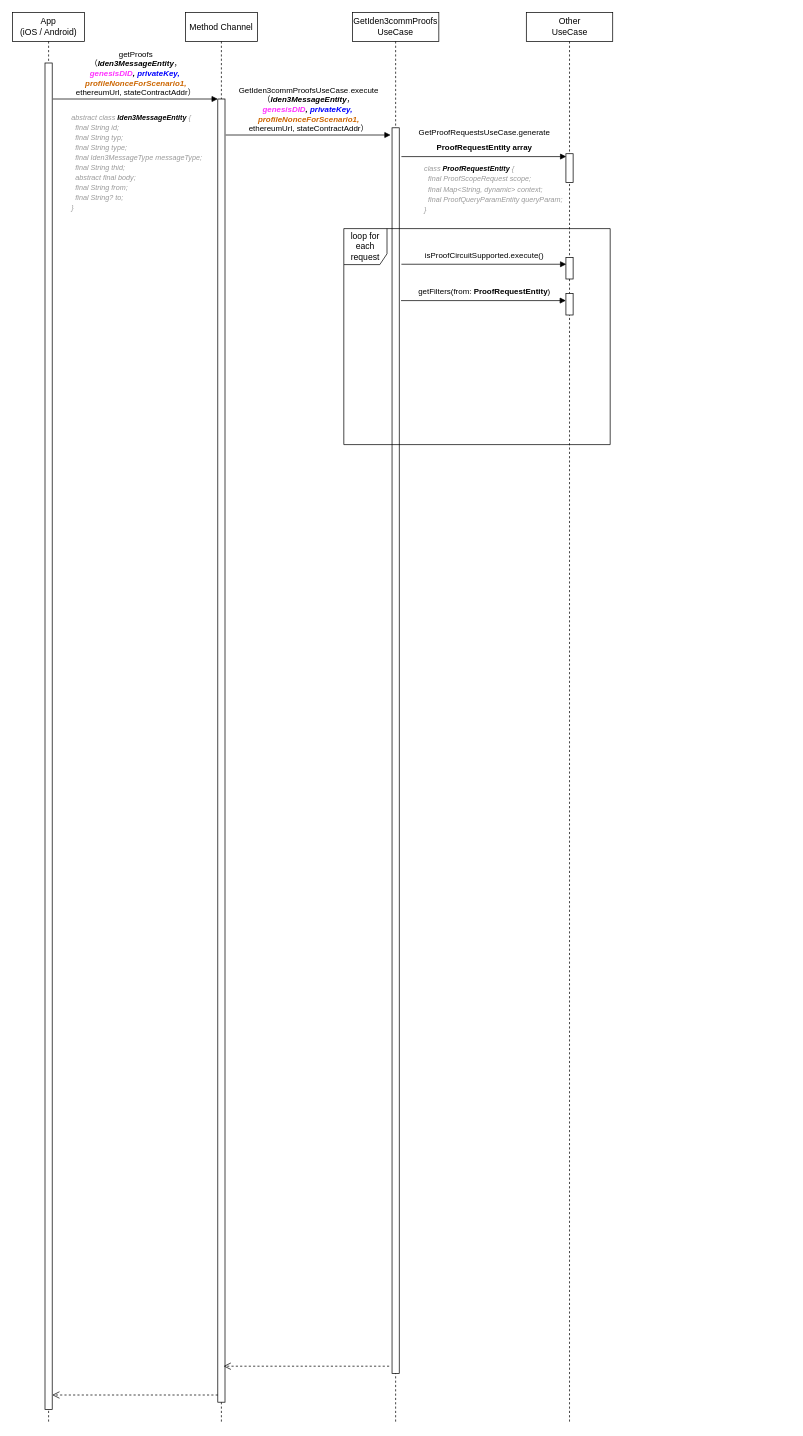
Before: draw.io/did/polygonid-getproofs.drawio in yushihang/yushihang.github.io, a draw.io diagram. Source tidied: cells renumbered, new cells numbered last; positions are measured from the earlier drawing's top-left corner, leaving out a move shared by most shapes. Both pictures are drawn from the tidied source at 72%, with x=0, y=0 at pixel (12, 12).
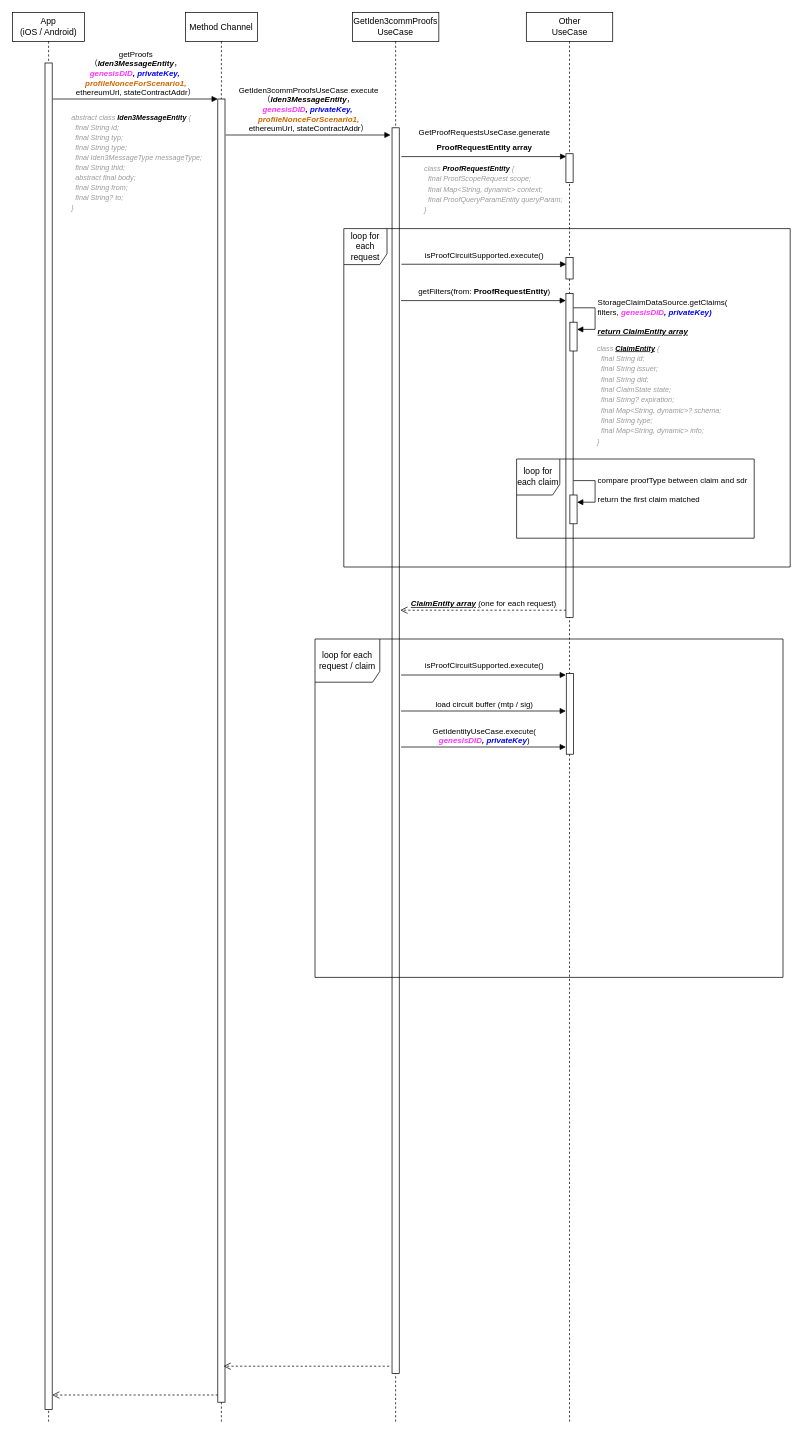
The same page after the edit.

The change refers to these unchanged cells:
```xml
<mxCell id="12" value="Other&lt;br&gt;UseCase" style="shape=umlLifeline;perimeter=lifelinePerimeter;whiteSpace=wrap;html=1;newEdgeStyle={&quot;curved&quot;:0,&quot;rounded&quot;:0};" parent="1" vertex="1">
  <mxGeometry x="713.5" width="120" height="1960" as="geometry" />
</mxCell>
```

Change to the diagram source:
```diff
@@
     <mxCell id="14" style="html=1;perimeter=orthogonalPerimeter;targetShapes=umlLifeline;newEdgeStyle={&quot;curved&quot;:0,&quot;rounded&quot;:0};" parent="12" vertex="1">
-      <mxGeometry x="55" y="390" width="10" height="30" as="geometry" />
+      <mxGeometry x="55" y="390" width="10" height="450" as="geometry" />
     </mxCell>
@@
     <mxCell id="18" value="loop for each request" style="shape=umlFrame;whiteSpace=wrap;html=1;width=60;height=50;" parent="1" vertex="1">
-      <mxGeometry x="460" y="300" width="370" height="300" as="geometry" />
+      <mxGeometry x="460" y="300" width="620" height="470" as="geometry" />
     </mxCell>
@@
+    <mxCell id="22" style="html=1;points=[[0,0,0,0,5],[0,1,0,0,-5],[1,0,0,0,5],[1,1,0,0,-5]];perimeter=orthogonalPerimeter;outlineConnect=0;targetShapes=umlLifeline;portConstraint=eastwest;newEdgeStyle={&quot;curved&quot;:0,&quot;rounded&quot;:0};" parent="1" vertex="1">
+      <mxGeometry x="774" y="430" width="10" height="40" as="geometry" />
+    </mxCell>
+    <mxCell id="23" value="&lt;div style=&quot;line-height: 120%;&quot;&gt;&lt;div style=&quot;line-height: 120%;&quot;&gt;&lt;span style=&quot;background-color: rgb(255, 255, 255);&quot;&gt;StorageClaimDataSource&lt;/span&gt;.getClaims(&lt;/div&gt;&lt;div style=&quot;line-height: 120%;&quot;&gt;filters,&amp;nbsp;&lt;b style=&quot;border-color: var(--border-color); text-align: center;&quot;&gt;&lt;i style=&quot;border-color: var(--border-color);&quot;&gt;&lt;font style=&quot;border-color: var(--border-color);&quot; color=&quot;#ff33ff&quot;&gt;genesisDID&lt;/font&gt;,&amp;nbsp;&lt;i style=&quot;border-color: var(--border-color);&quot;&gt;&lt;font style=&quot;border-color: var(--border-color);&quot; color=&quot;#0000ff&quot;&gt;privateKey)&lt;/font&gt;&lt;/i&gt;&lt;/i&gt;&lt;/b&gt;&lt;/div&gt;&lt;div style=&quot;line-height: 120%;&quot;&gt;&lt;b style=&quot;border-color: var(--border-color); text-align: center;&quot;&gt;&lt;i style=&quot;border-color: var(--border-color);&quot;&gt;&lt;i style=&quot;border-color: var(--border-color);&quot;&gt;&lt;font style=&quot;border-color: var(--border-color);&quot; color=&quot;#0000ff&quot;&gt;&lt;br&gt;&lt;/font&gt;&lt;/i&gt;&lt;/i&gt;&lt;/b&gt;&lt;/div&gt;&lt;div style=&quot;line-height: 120%;&quot;&gt;&lt;b style=&quot;border-color: var(--border-color); text-align: center;&quot;&gt;&lt;i style=&quot;border-color: var(--border-color);&quot;&gt;&lt;i style=&quot;border-color: var(--border-color);&quot;&gt;&lt;font style=&quot;border-color: var(--border-color);&quot; color=&quot;#0000ff&quot;&gt;&lt;b style=&quot;border-color: var(--border-color); color: rgb(0, 0, 0); font-style: normal;&quot;&gt;&lt;u style=&quot;border-color: var(--border-color);&quot;&gt;&lt;i style=&quot;border-color: var(--border-color);&quot;&gt;return ClaimEntity array&lt;/i&gt;&lt;/u&gt;&lt;/b&gt;&lt;br&gt;&lt;/font&gt;&lt;/i&gt;&lt;/i&gt;&lt;/b&gt;&lt;/div&gt;&lt;/div&gt;" style="html=1;align=left;spacingLeft=2;endArrow=block;rounded=0;edgeStyle=orthogonalEdgeStyle;curved=0;rounded=0;" parent="1" edge="1" target="22">
+      <mxGeometry relative="1" as="geometry">
+        <mxPoint x="779" y="410" as="sourcePoint" />
+        <Array as="points">
+          <mxPoint x="809" y="440" />
+        </Array>
+      </mxGeometry>
+    </mxCell>
+    <mxCell id="24" value="&lt;span style=&quot;background-color: rgb(255, 255, 255);&quot;&gt;&lt;u style=&quot;font-style: italic; font-weight: bold;&quot;&gt;ClaimEntity array&lt;/u&gt;&amp;nbsp;&lt;u&gt;(&lt;/u&gt;one for each request&lt;u style=&quot;&quot;&gt;)&lt;/u&gt;&lt;/span&gt;" style="html=1;verticalAlign=bottom;endArrow=open;dashed=1;endSize=8;curved=0;rounded=0;" parent="1" edge="1">
+      <mxGeometry relative="1" as="geometry">
+        <mxPoint x="768.5" y="830" as="sourcePoint" />
+        <mxPoint x="538.5" y="830" as="targetPoint" />
+      </mxGeometry>
+    </mxCell>
+    <mxCell id="25" value="&lt;font style=&quot;font-size: 10px;&quot;&gt;&lt;i style=&quot;&quot;&gt;&lt;font color=&quot;#999999&quot;&gt;class &lt;/font&gt;&lt;b style=&quot;&quot;&gt;&lt;u&gt;ClaimEntity&lt;/u&gt;&lt;/b&gt;&lt;font color=&quot;#999999&quot;&gt; {&lt;/font&gt;&lt;/i&gt;&lt;br&gt;&lt;i style=&quot;color: rgb(153, 153, 153);&quot;&gt;&amp;nbsp; final String id;&lt;/i&gt;&lt;br&gt;&lt;i style=&quot;color: rgb(153, 153, 153);&quot;&gt;&lt;span class=&quot;Apple-converted-space&quot;&gt;&amp;nbsp; &lt;/span&gt;final String issuer;&lt;/i&gt;&lt;br&gt;&lt;i style=&quot;color: rgb(153, 153, 153);&quot;&gt;&lt;span class=&quot;Apple-converted-space&quot;&gt;&amp;nbsp; &lt;/span&gt;final String did;&lt;/i&gt;&lt;br&gt;&lt;i style=&quot;color: rgb(153, 153, 153);&quot;&gt;&lt;span class=&quot;Apple-converted-space&quot;&gt;&amp;nbsp; &lt;/span&gt;final ClaimState state;&lt;/i&gt;&lt;br&gt;&lt;i style=&quot;color: rgb(153, 153, 153);&quot;&gt;&lt;span class=&quot;Apple-converted-space&quot;&gt;&amp;nbsp; &lt;/span&gt;final String? expiration;&lt;/i&gt;&lt;br&gt;&lt;i style=&quot;color: rgb(153, 153, 153);&quot;&gt;&lt;span class=&quot;Apple-converted-space&quot;&gt;&amp;nbsp; &lt;/span&gt;final Map&amp;lt;String, dynamic&amp;gt;? schema;&lt;/i&gt;&lt;br&gt;&lt;i style=&quot;color: rgb(153, 153, 153);&quot;&gt;&lt;span class=&quot;Apple-converted-space&quot;&gt;&amp;nbsp; &lt;/span&gt;final String type;&lt;/i&gt;&lt;br&gt;&lt;i style=&quot;color: rgb(153, 153, 153);&quot;&gt;&lt;span class=&quot;Apple-converted-space&quot;&gt;&amp;nbsp; &lt;/span&gt;final Map&amp;lt;String, dynamic&amp;gt; info;&lt;/i&gt;&lt;br&gt;&lt;i style=&quot;color: rgb(153, 153, 153);&quot;&gt;}&lt;/i&gt;&lt;/font&gt;" style="text;html=1;align=left;verticalAlign=middle;strokeColor=none;fillColor=none;" parent="1" vertex="1">
+      <mxGeometry x="810" y="450" width="200" height="160" as="geometry" />
+    </mxCell>
+    <mxCell id="26" style="html=1;points=[[0,0,0,0,5],[0,1,0,0,-5],[1,0,0,0,5],[1,1,0,0,-5]];perimeter=orthogonalPerimeter;outlineConnect=0;targetShapes=umlLifeline;portConstraint=eastwest;newEdgeStyle={&quot;curved&quot;:0,&quot;rounded&quot;:0};" parent="1" vertex="1">
+      <mxGeometry x="774" y="670" width="10" height="40" as="geometry" />
+    </mxCell>
+    <mxCell id="27" value="&lt;div style=&quot;line-height: 120%;&quot;&gt;&lt;div style=&quot;line-height: 120%;&quot;&gt;compare proofType between claim and sdr&lt;/div&gt;&lt;div style=&quot;line-height: 120%;&quot;&gt;&lt;br&gt;&lt;/div&gt;&lt;div style=&quot;line-height: 120%;&quot;&gt;return the first claim matched&lt;/div&gt;&lt;/div&gt;" style="html=1;align=left;spacingLeft=2;endArrow=block;rounded=0;edgeStyle=orthogonalEdgeStyle;curved=0;rounded=0;" parent="1" edge="1" target="26">
+      <mxGeometry relative="1" as="geometry">
+        <mxPoint x="779" y="650" as="sourcePoint" />
+        <Array as="points">
+          <mxPoint x="809" y="680" />
+        </Array>
+      </mxGeometry>
+    </mxCell>
+    <mxCell id="28" value="loop for each claim" style="shape=umlFrame;whiteSpace=wrap;html=1;width=60;height=50;" parent="1" vertex="1">
+      <mxGeometry x="700" y="620" width="330" height="110" as="geometry" />
+    </mxCell>
+    <mxCell id="29" value="loop for each request / claim" style="shape=umlFrame;whiteSpace=wrap;html=1;width=90;height=60;" parent="1" vertex="1">
+      <mxGeometry x="420" y="870" width="650" height="470" as="geometry" />
+    </mxCell>
+    <mxCell id="30" value="&lt;div style=&quot;line-height: 120%;&quot;&gt;&lt;div style=&quot;line-height: 21px;&quot;&gt;&lt;div style=&quot;line-height: 21px;&quot;&gt;&lt;div style=&quot;line-height: 21px;&quot;&gt;&lt;span style=&quot;background-color: rgb(255, 255, 255);&quot;&gt;&lt;font style=&quot;font-size: 11px;&quot; face=&quot;Helvetica&quot;&gt;isProofCircuitSupported.execute()&lt;/font&gt;&lt;/span&gt;&lt;/div&gt;&lt;/div&gt;&lt;/div&gt;&lt;/div&gt;&lt;div style=&quot;line-height: 21px;&quot;&gt;&lt;/div&gt;" style="html=1;verticalAlign=bottom;endArrow=block;curved=0;rounded=0;sourcePerimeterSpacing=0;entryX=0;entryY=0;entryDx=0;entryDy=5;entryPerimeter=0;" parent="1" edge="1">
+      <mxGeometry relative="1" as="geometry">
+        <mxPoint x="539.5" y="920" as="sourcePoint" />
+        <mxPoint x="768.5" y="920" as="targetPoint" />
+      </mxGeometry>
+    </mxCell>
+    <mxCell id="31" value="&lt;br&gt;&lt;br&gt;&lt;br&gt;" style="html=1;perimeter=orthogonalPerimeter;targetShapes=umlLifeline;newEdgeStyle={&quot;curved&quot;:0,&quot;rounded&quot;:0};" parent="1" vertex="1">
+      <mxGeometry x="769" y="918" width="10" height="112" as="geometry" />
+    </mxCell>
+    <mxCell id="32" value="load circuit buffer (mtp / sig)" style="html=1;verticalAlign=bottom;endArrow=block;curved=0;rounded=0;sourcePerimeterSpacing=0;entryX=0;entryY=0;entryDx=0;entryDy=5;entryPerimeter=0;" parent="1" edge="1">
+      <mxGeometry relative="1" as="geometry">
+        <mxPoint x="539.5" y="970" as="sourcePoint" />
+        <mxPoint x="768.5" y="970" as="targetPoint" />
+      </mxGeometry>
+    </mxCell>
+    <mxCell id="33" value="GetIdentityUseCase.execute(&lt;br&gt;&lt;b style=&quot;border-color: var(--border-color);&quot;&gt;&lt;i style=&quot;border-color: var(--border-color);&quot;&gt;&lt;font style=&quot;border-color: var(--border-color);&quot; color=&quot;#ff33ff&quot;&gt;genesisDID&lt;/font&gt;,&amp;nbsp;&lt;i style=&quot;border-color: var(--border-color);&quot;&gt;&lt;font style=&quot;border-color: var(--border-color);&quot; color=&quot;#0000ff&quot;&gt;privateKey&lt;/font&gt;&lt;/i&gt;&lt;/i&gt;&lt;/b&gt;)" style="html=1;verticalAlign=bottom;endArrow=block;curved=0;rounded=0;sourcePerimeterSpacing=0;entryX=0;entryY=0;entryDx=0;entryDy=5;entryPerimeter=0;" parent="1" edge="1">
+      <mxGeometry relative="1" as="geometry">
+        <mxPoint x="539.5" y="1020" as="sourcePoint" />
+        <mxPoint x="768.5" y="1020" as="targetPoint" />
+      </mxGeometry>
+    </mxCell>
```
